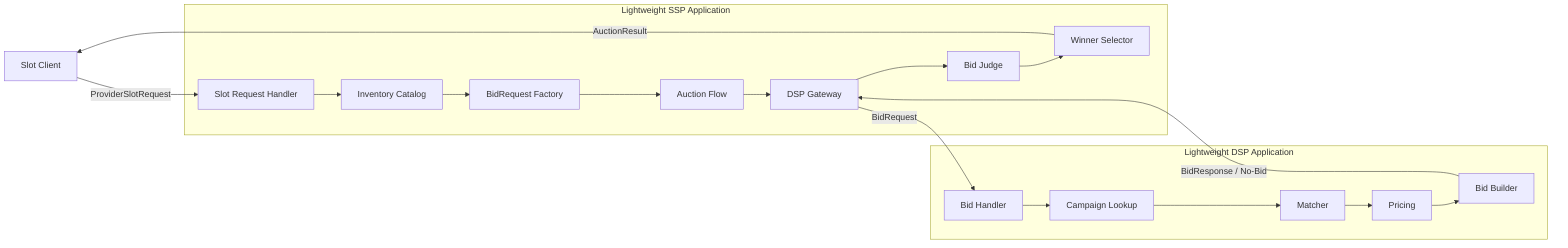
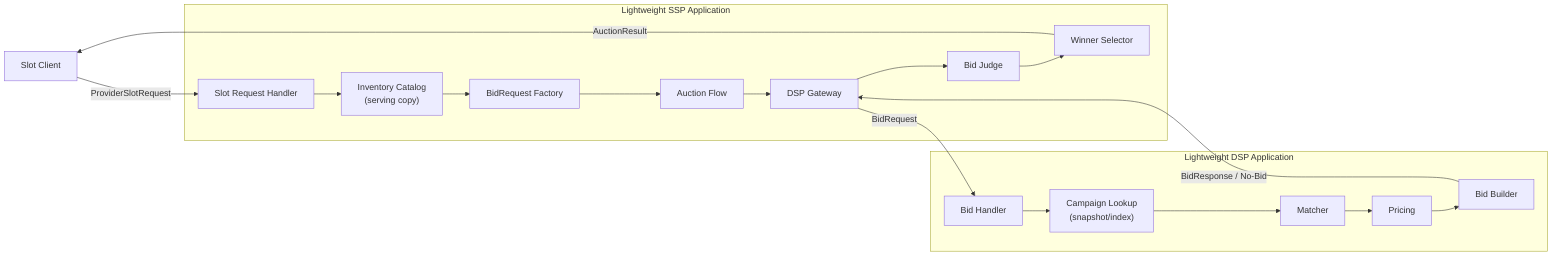
flowchart LR
    client["Slot Client"]

    subgraph ssp["Lightweight SSP Application"]
        slotRequest["Slot Request Handler"]
-         inventory["Inventory Catalog"]
+         inventory["Inventory Catalog\n(serving copy)"]
        bidRequest["BidRequest Factory"]
        auctionFlow["Auction Flow"]
        dspGateway["DSP Gateway"]
        bidJudge["Bid Judge"]
        winner["Winner Selector"]
    end

    subgraph dsp["Lightweight DSP Application"]
        bidHandler["Bid Handler"]
-         campaignLookup["Campaign Lookup"]
+         campaignLookup["Campaign Lookup\n(snapshot/index)"]
        matcher["Matcher"]
        pricing["Pricing"]
        bidBuilder["Bid Builder"]
    end

    client -->|"ProviderSlotRequest"| slotRequest
    slotRequest --> inventory
    inventory --> bidRequest
    bidRequest --> auctionFlow
    auctionFlow --> dspGateway
    dspGateway -->|"BidRequest"| bidHandler

    bidHandler --> campaignLookup
    campaignLookup --> matcher
    matcher --> pricing
    pricing --> bidBuilder

    bidBuilder -->|"BidResponse / No-Bid"| dspGateway
    dspGateway --> bidJudge
    bidJudge --> winner
    winner -->|"AuctionResult"| client
